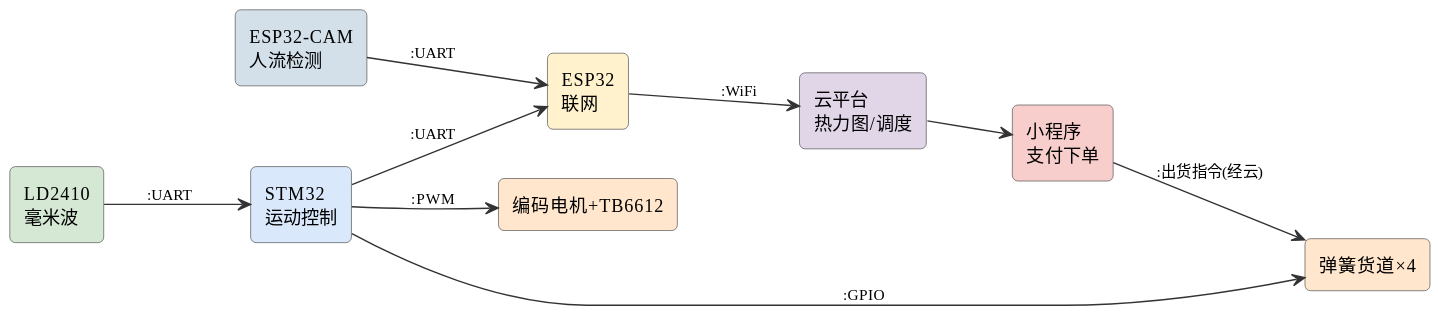
Earlier version of the PlantUML export assets/diagrams/ideas-fig85.svg (mingyi0818/IntelligentMcuCourse).
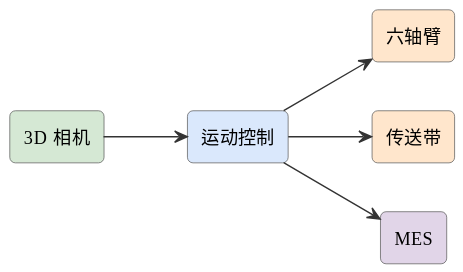
Later version of the same file.

What changed in the source:
```diff
@@ -6,20 +6,13 @@
 skinparam arrowFontSize 11
 skinparam arrowColor #333
 left to right direction
-rectangle "ESP32-CAM\n人流检测" as cam #d3e0ea
-rectangle "LD2410\n毫米波" as radar #d5e8d4
-rectangle "STM32\n运动控制" as stm #dae8fc
-rectangle "编码电机+TB6612" as mot #ffe6cc
-rectangle "弹簧货道×4" as slot #ffe6cc
-rectangle "ESP32\n联网" as esp #fff2cc
-rectangle "云平台\n热力图/调度" as cloud #e1d5e8
-rectangle "小程序\n支付下单" as app #f8cecc
-cam --> esp : :UART
-radar --> stm : :UART
-stm --> mot : :PWM
-stm --> slot : :GPIO
-esp --> cloud : :WiFi
-stm --> esp : :UART
-cloud --> app
-app --> slot : :出货指令(经云)
+rectangle "3D 相机" as cam3 #d5e8d4
+rectangle "运动控制" as ctrl #dae8fc
+rectangle "六轴臂" as arm #ffe6cc
+rectangle "传送带" as conv #ffe6cc
+rectangle "MES" as mes #e1d5e8
+cam3 --> ctrl
+ctrl --> arm
+ctrl --> conv
+ctrl --> mes
 @enduml
```
